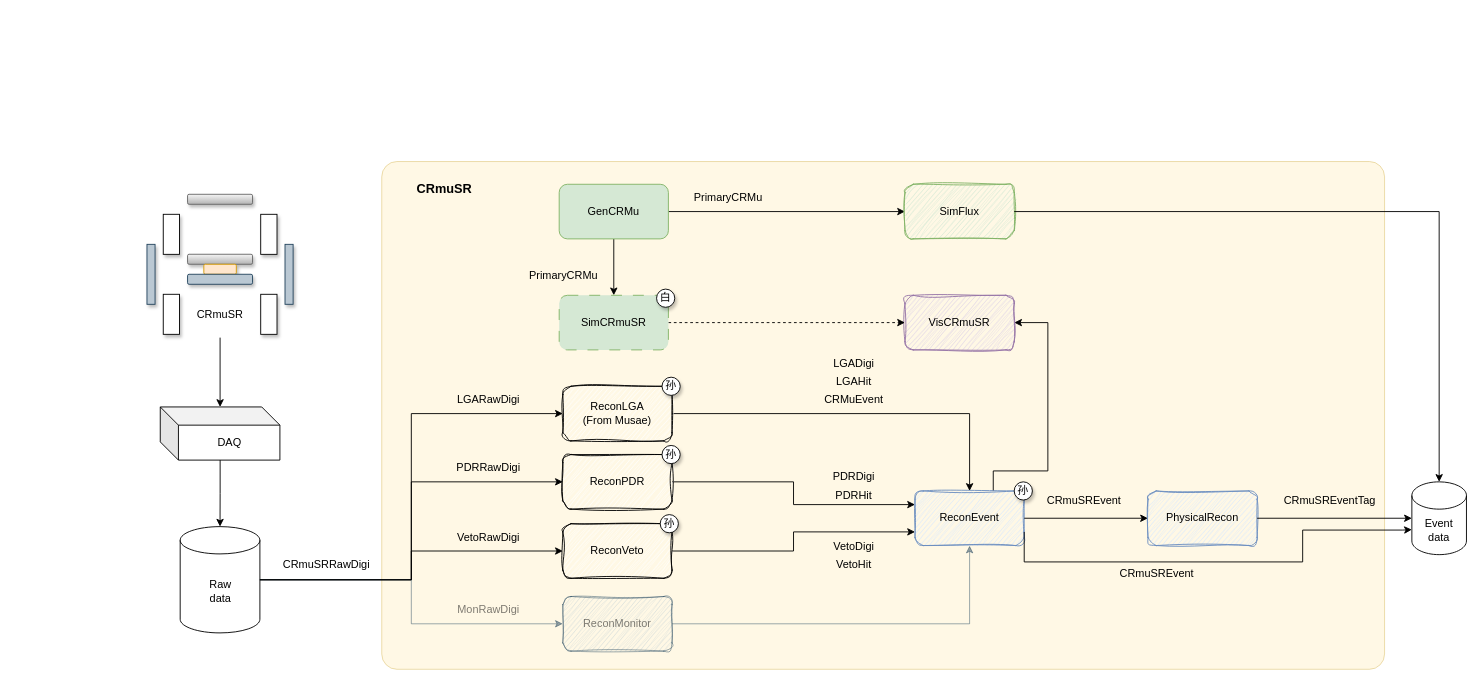
The draw.io diagram CRmuSRRecon.drawio in Lawrence-Sun/diagrams, before the edit. Source tidied: cells renumbered, new cells numbered last; positions are measured from the earlier drawing's top-left corner, leaving out a move shared by most shapes. Both pictures are drawn from the tidied source at 91%, with x=0, y=0 at pixel (147, 161).
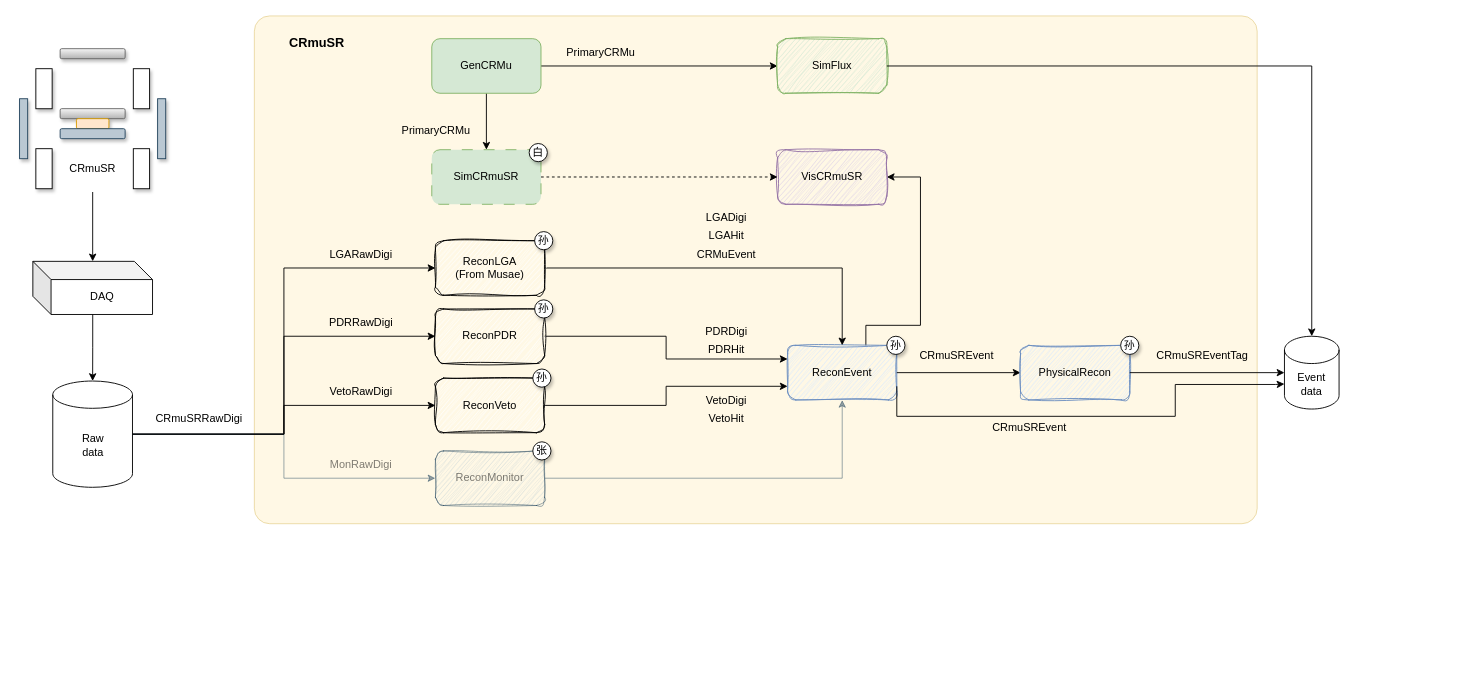
The same page after the edit.

The change refers to these unchanged cells:
```xml
<mxCell id="30" value="Raw&lt;div&gt;data&lt;/div&gt;" style="shape=cylinder3;whiteSpace=wrap;html=1;boundedLbl=1;backgroundOutline=1;size=15;" parent="27" vertex="1">
  <mxGeometry x="36.5" y="365.2" width="87.6" height="116.8" as="geometry" />
</mxCell>
```

The edit, as a diff of the source:
```diff
@@
+    <mxCell id="69" style="group;" parent="1" vertex="1">
+      <mxGeometry x="-140" y="-160" width="1450" height="558" as="geometry" />
+    </mxCell>
-    <mxCell id="2" style="rounded=1;whiteSpace=wrap;html=1;arcSize=3;fillColor=#fff2cc;strokeColor=#d6b656;opacity=50;" parent="1" vertex="1">
+    <mxCell id="2" style="rounded=1;whiteSpace=wrap;html=1;arcSize=3;fillColor=#fff2cc;strokeColor=#d6b656;opacity=50;" parent="69" vertex="1">
       <mxGeometry x="258" width="1102" height="558" as="geometry" />
     </mxCell>
-    <mxCell id="3" style="edgeStyle=orthogonalEdgeStyle;rounded=0;jettySize=auto;html=1;entryX=1;entryY=0.5;entryDx=0;entryDy=0;" parent="1" edge="1" source="4" target="6">
+    <mxCell id="3" style="edgeStyle=orthogonalEdgeStyle;rounded=0;jettySize=auto;html=1;entryX=1;entryY=0.5;entryDx=0;entryDy=0;" parent="69" edge="1" source="4" target="6">
       <mxGeometry relative="1" as="geometry">
         <Array as="points">
           <mxPoint x="930" y="340" />
           <mxPoint x="990" y="340" />
           <mxPoint x="990" y="177" />
         </Array>
       </mxGeometry>
     </mxCell>
-    <mxCell id="4" value="ReconEvent" style="rounded=1;whiteSpace=wrap;html=1;fillColor=#dae8fc;strokeColor=#6c8ebf;sketch=1;curveFitting=1;jiggle=2;" parent="1" vertex="1">
+    <mxCell id="4" value="ReconEvent" style="rounded=1;whiteSpace=wrap;html=1;fillColor=#dae8fc;strokeColor=#6c8ebf;sketch=1;curveFitting=1;jiggle=2;" parent="69" vertex="1">
       <mxGeometry x="844" y="362" width="120" height="60" as="geometry" />
     </mxCell>
-    <mxCell id="5" value="Event&lt;div&gt;data&lt;/div&gt;" style="shape=cylinder3;whiteSpace=wrap;html=1;boundedLbl=1;backgroundOutline=1;size=15;" parent="1" vertex="1">
+    <mxCell id="5" value="Event&lt;div&gt;data&lt;/div&gt;" style="shape=cylinder3;whiteSpace=wrap;html=1;boundedLbl=1;backgroundOutline=1;size=15;" parent="69" vertex="1">
       <mxGeometry x="1390" y="352" width="60" height="80" as="geometry" />
     </mxCell>
-    <mxCell id="6" value="VisCRmuSR" style="rounded=1;whiteSpace=wrap;html=1;fillColor=#e1d5e7;strokeColor=#9673a6;sketch=1;curveFitting=1;jiggle=2;" parent="1" vertex="1">
+    <mxCell id="6" value="VisCRmuSR" style="rounded=1;whiteSpace=wrap;html=1;fillColor=#e1d5e7;strokeColor=#9673a6;sketch=1;curveFitting=1;jiggle=2;" parent="69" vertex="1">
       <mxGeometry x="833" y="147" width="120" height="60" as="geometry" />
     </mxCell>
-    <mxCell id="7" style="edgeStyle=orthogonalEdgeStyle;rounded=0;jettySize=auto;html=1;" parent="1" edge="1" source="9" target="11">
+    <mxCell id="7" style="edgeStyle=orthogonalEdgeStyle;rounded=0;jettySize=auto;html=1;" parent="69" edge="1" source="9" target="11">
       <mxGeometry relative="1" as="geometry" />
     </mxCell>
-    <mxCell id="8" style="edgeStyle=orthogonalEdgeStyle;rounded=0;jettySize=auto;html=1;" parent="1" edge="1" source="9" target="13">
+    <mxCell id="8" style="edgeStyle=orthogonalEdgeStyle;rounded=0;jettySize=auto;html=1;" parent="69" edge="1" source="9" target="13">
       <mxGeometry relative="1" as="geometry" />
     </mxCell>
-    <mxCell id="9" value="GenCRMu" style="rounded=1;whiteSpace=wrap;html=1;fillColor=#d5e8d4;strokeColor=#82b366;" parent="1" vertex="1">
+    <mxCell id="9" value="GenCRMu" style="rounded=1;whiteSpace=wrap;html=1;fillColor=#d5e8d4;strokeColor=#82b366;" parent="69" vertex="1">
       <mxGeometry x="453" y="25" width="120" height="60" as="geometry" />
     </mxCell>
-    <mxCell id="10" style="edgeStyle=orthogonalEdgeStyle;rounded=0;jettySize=auto;html=1;dashed=1;flowAnimation=0;" parent="1" edge="1" source="11" target="6">
+    <mxCell id="10" style="edgeStyle=orthogonalEdgeStyle;rounded=0;jettySize=auto;html=1;dashed=1;flowAnimation=0;" parent="69" edge="1" source="11" target="6">
       <mxGeometry relative="1" as="geometry" />
     </mxCell>
-    <mxCell id="11" value="SimCRmuSR" style="rounded=1;whiteSpace=wrap;html=1;fillColor=#d5e8d4;strokeColor=#82b366;glass=0;dashed=1;dashPattern=12 12;" parent="1" vertex="1">
+    <mxCell id="11" value="SimCRmuSR" style="rounded=1;whiteSpace=wrap;html=1;fillColor=#d5e8d4;strokeColor=#82b366;glass=0;dashed=1;dashPattern=12 12;" parent="69" vertex="1">
       <mxGeometry x="453" y="147" width="120" height="60" as="geometry" />
     </mxCell>
-    <mxCell id="12" value="&lt;b&gt;&lt;font style=&quot;font-size: 14px;&quot;&gt;CRmuSR&lt;/font&gt;&lt;/b&gt;" style="text;html=1;whiteSpace=wrap;strokeColor=none;fillColor=none;align=center;verticalAlign=middle;rounded=0;" parent="1" vertex="1">
+    <mxCell id="12" value="&lt;b&gt;&lt;font style=&quot;font-size: 14px;&quot;&gt;CRmuSR&lt;/font&gt;&lt;/b&gt;" style="text;html=1;whiteSpace=wrap;strokeColor=none;fillColor=none;align=center;verticalAlign=middle;rounded=0;" parent="69" vertex="1">
       <mxGeometry x="297" y="15" width="60" height="30" as="geometry" />
     </mxCell>
-    <mxCell id="13" value="SimFlux" style="rounded=1;whiteSpace=wrap;html=1;fillColor=#d5e8d4;strokeColor=#82b366;sketch=1;curveFitting=1;jiggle=2;" parent="1" vertex="1">
+    <mxCell id="13" value="SimFlux" style="rounded=1;whiteSpace=wrap;html=1;fillColor=#d5e8d4;strokeColor=#82b366;sketch=1;curveFitting=1;jiggle=2;" parent="69" vertex="1">
       <mxGeometry x="833" y="25" width="120" height="60" as="geometry" />
     </mxCell>
-    <mxCell id="14" style="edgeStyle=orthogonalEdgeStyle;rounded=0;jettySize=auto;html=1;entryX=0.5;entryY=0;entryDx=0;entryDy=0;entryPerimeter=0;" parent="1" edge="1" source="13" target="5">
+    <mxCell id="14" style="edgeStyle=orthogonalEdgeStyle;rounded=0;jettySize=auto;html=1;entryX=0.5;entryY=0;entryDx=0;entryDy=0;entryPerimeter=0;" parent="69" edge="1" source="13" target="5">
       <mxGeometry relative="1" as="geometry" />
     </mxCell>
-    <mxCell id="15" value="白" style="ellipse;whiteSpace=wrap;html=1;shadow=1;" parent="1" vertex="1">
+    <mxCell id="15" value="白" style="ellipse;whiteSpace=wrap;html=1;shadow=1;" parent="69" vertex="1">
       <mxGeometry x="560" y="140.2" width="20" height="20" as="geometry" />
     </mxCell>
-    <mxCell id="16" value="PrimaryCRMu" style="text;html=1;whiteSpace=wrap;strokeColor=none;fillColor=none;align=center;verticalAlign=middle;rounded=0;" parent="1" vertex="1">
+    <mxCell id="16" value="PrimaryCRMu" style="text;html=1;whiteSpace=wrap;strokeColor=none;fillColor=none;align=center;verticalAlign=middle;rounded=0;" parent="69" vertex="1">
       <mxGeometry x="594" y="25" width="90" height="30" as="geometry" />
     </mxCell>
-    <mxCell id="17" value="PrimaryCRMu" style="text;html=1;whiteSpace=wrap;strokeColor=none;fillColor=none;align=center;verticalAlign=middle;rounded=0;" parent="1" vertex="1">
+    <mxCell id="17" value="PrimaryCRMu" style="text;html=1;whiteSpace=wrap;strokeColor=none;fillColor=none;align=center;verticalAlign=middle;rounded=0;" parent="69" vertex="1">
       <mxGeometry x="413" y="111" width="90" height="30" as="geometry" />
     </mxCell>
-    <mxCell id="18" value="CRmuSRRawDigi" style="text;html=1;whiteSpace=wrap;strokeColor=none;fillColor=none;align=center;verticalAlign=middle;rounded=0;" parent="1" vertex="1">
+    <mxCell id="18" value="CRmuSRRawDigi" style="text;html=1;whiteSpace=wrap;strokeColor=none;fillColor=none;align=center;verticalAlign=middle;rounded=0;" parent="69" vertex="1">
       <mxGeometry x="148" y="428" width="99" height="30" as="geometry" />
     </mxCell>
-    <mxCell id="19" style="edgeStyle=orthogonalEdgeStyle;rounded=0;jettySize=auto;html=1;entryX=0.5;entryY=0;entryDx=0;entryDy=0;" parent="1" edge="1" source="20" target="4">
+    <mxCell id="19" style="edgeStyle=orthogonalEdgeStyle;rounded=0;jettySize=auto;html=1;entryX=0.5;entryY=0;entryDx=0;entryDy=0;" parent="69" edge="1" source="20" target="4">
       <mxGeometry relative="1" as="geometry" />
     </mxCell>
-    <mxCell id="20" value="ReconLGA&lt;div&gt;(From Musae)&lt;/div&gt;" style="rounded=1;whiteSpace=wrap;html=1;sketch=1;curveFitting=1;jiggle=2;glass=0;shadow=0;fillColor=default;fillStyle=hachure;" parent="1" vertex="1">
+    <mxCell id="20" value="ReconLGA&lt;div&gt;(From Musae)&lt;/div&gt;" style="rounded=1;whiteSpace=wrap;html=1;sketch=1;curveFitting=1;jiggle=2;glass=0;shadow=0;fillColor=default;fillStyle=hachure;" parent="69" vertex="1">
       <mxGeometry x="457" y="247" width="120" height="60" as="geometry" />
     </mxCell>
-    <mxCell id="21" style="edgeStyle=orthogonalEdgeStyle;rounded=0;jettySize=auto;html=1;entryX=0;entryY=0.25;entryDx=0;entryDy=0;" parent="1" edge="1" source="22" target="4">
+    <mxCell id="21" style="edgeStyle=orthogonalEdgeStyle;rounded=0;jettySize=auto;html=1;entryX=0;entryY=0.25;entryDx=0;entryDy=0;" parent="69" edge="1" source="22" target="4">
       <mxGeometry relative="1" as="geometry" />
     </mxCell>
-    <mxCell id="22" value="ReconPDR" style="rounded=1;whiteSpace=wrap;html=1;sketch=1;curveFitting=1;jiggle=2;glass=0;shadow=0;fillColor=default;fillStyle=hachure;" parent="1" vertex="1">
+    <mxCell id="22" value="ReconPDR" style="rounded=1;whiteSpace=wrap;html=1;sketch=1;curveFitting=1;jiggle=2;glass=0;shadow=0;fillColor=default;fillStyle=hachure;" parent="69" vertex="1">
       <mxGeometry x="457" y="322" width="120" height="60" as="geometry" />
     </mxCell>
-    <mxCell id="23" style="edgeStyle=orthogonalEdgeStyle;rounded=0;jettySize=auto;html=1;entryX=0.5;entryY=1;entryDx=0;entryDy=0;fillColor=#bac8d3;strokeColor=#23445d;opacity=50;textOpacity=50;" parent="1" edge="1" source="24" target="4">
+    <mxCell id="23" style="edgeStyle=orthogonalEdgeStyle;rounded=0;jettySize=auto;html=1;entryX=0.5;entryY=1;entryDx=0;entryDy=0;fillColor=#bac8d3;strokeColor=#23445d;opacity=50;textOpacity=50;" parent="69" edge="1" source="24" target="4">
       <mxGeometry relative="1" as="geometry" />
     </mxCell>
-    <mxCell id="24" value="ReconMonitor" style="rounded=1;whiteSpace=wrap;html=1;sketch=1;curveFitting=1;jiggle=2;glass=0;shadow=0;fillColor=#bac8d3;fillStyle=hachure;strokeColor=#23445d;opacity=50;textOpacity=50;" parent="1" vertex="1">
+    <mxCell id="24" value="ReconMonitor" style="rounded=1;whiteSpace=wrap;html=1;sketch=1;curveFitting=1;jiggle=2;glass=0;shadow=0;fillColor=#bac8d3;fillStyle=hachure;strokeColor=#23445d;opacity=50;textOpacity=50;" parent="69" vertex="1">
       <mxGeometry x="457" y="478" width="120" height="60" as="geometry" />
     </mxCell>
-    <mxCell id="25" style="edgeStyle=orthogonalEdgeStyle;rounded=0;jettySize=auto;html=1;entryX=0;entryY=0.75;entryDx=0;entryDy=0;" parent="1" edge="1" source="26" target="4">
+    <mxCell id="25" style="edgeStyle=orthogonalEdgeStyle;rounded=0;jettySize=auto;html=1;entryX=0;entryY=0.75;entryDx=0;entryDy=0;" parent="69" edge="1" source="26" target="4">
       <mxGeometry relative="1" as="geometry" />
     </mxCell>
-    <mxCell id="26" value="ReconVeto" style="rounded=1;whiteSpace=wrap;html=1;sketch=1;curveFitting=1;jiggle=2;glass=0;shadow=0;fillColor=default;fillStyle=hachure;" parent="1" vertex="1">
+    <mxCell id="26" value="ReconVeto" style="rounded=1;whiteSpace=wrap;html=1;sketch=1;curveFitting=1;jiggle=2;glass=0;shadow=0;fillColor=default;fillStyle=hachure;" parent="69" vertex="1">
       <mxGeometry x="457" y="398" width="120" height="60" as="geometry" />
     </mxCell>
-    <mxCell id="27" style="group;" parent="1" vertex="1">
+    <mxCell id="27" style="group;" parent="69" vertex="1">
       <mxGeometry y="36" width="160.7" height="482" as="geometry" />
     </mxCell>
@@
-    <mxCell id="43" style="edgeStyle=orthogonalEdgeStyle;rounded=0;jettySize=auto;html=1;exitX=1;exitY=0.5;exitDx=0;exitDy=0;exitPerimeter=0;entryX=0;entryY=0.5;entryDx=0;entryDy=0;" parent="1" edge="1" source="30" target="20">
+    <mxCell id="43" style="edgeStyle=orthogonalEdgeStyle;rounded=0;jettySize=auto;html=1;exitX=1;exitY=0.5;exitDx=0;exitDy=0;exitPerimeter=0;entryX=0;entryY=0.5;entryDx=0;entryDy=0;" parent="69" edge="1" source="30" target="20">
       <mxGeometry relative="1" as="geometry" />
     </mxCell>
-    <mxCell id="44" style="edgeStyle=orthogonalEdgeStyle;rounded=0;jettySize=auto;html=1;entryX=0;entryY=0.5;entryDx=0;entryDy=0;" parent="1" edge="1" source="30" target="22">
+    <mxCell id="44" style="edgeStyle=orthogonalEdgeStyle;rounded=0;jettySize=auto;html=1;entryX=0;entryY=0.5;entryDx=0;entryDy=0;" parent="69" edge="1" source="30" target="22">
       <mxGeometry relative="1" as="geometry" />
     </mxCell>
-    <mxCell id="45" style="edgeStyle=orthogonalEdgeStyle;rounded=0;jettySize=auto;html=1;entryX=0;entryY=0.5;entryDx=0;entryDy=0;fillColor=#bac8d3;strokeColor=#23445d;opacity=50;textOpacity=50;" parent="1" edge="1" source="30" target="24">
+    <mxCell id="45" style="edgeStyle=orthogonalEdgeStyle;rounded=0;jettySize=auto;html=1;entryX=0;entryY=0.5;entryDx=0;entryDy=0;fillColor=#bac8d3;strokeColor=#23445d;opacity=50;textOpacity=50;" parent="69" edge="1" source="30" target="24">
       <mxGeometry relative="1" as="geometry" />
     </mxCell>
-    <mxCell id="46" style="edgeStyle=orthogonalEdgeStyle;rounded=0;jettySize=auto;html=1;entryX=0;entryY=0.5;entryDx=0;entryDy=0;" parent="1" edge="1" source="30" target="26">
+    <mxCell id="46" style="edgeStyle=orthogonalEdgeStyle;rounded=0;jettySize=auto;html=1;entryX=0;entryY=0.5;entryDx=0;entryDy=0;" parent="69" edge="1" source="30" target="26">
       <mxGeometry relative="1" as="geometry" />
     </mxCell>
-    <mxCell id="47" value="LGADigi" style="text;html=1;whiteSpace=wrap;strokeColor=none;fillColor=none;align=center;verticalAlign=middle;rounded=0;" parent="1" vertex="1">
+    <mxCell id="47" value="LGADigi" style="text;html=1;whiteSpace=wrap;strokeColor=none;fillColor=none;align=center;verticalAlign=middle;rounded=0;" parent="69" vertex="1">
       <mxGeometry x="747" y="207" width="60" height="30" as="geometry" />
     </mxCell>
-    <mxCell id="48" value="LGAHit" style="text;html=1;whiteSpace=wrap;strokeColor=none;fillColor=none;align=center;verticalAlign=middle;rounded=0;fontColor=light-dark(#000000,#FF8000);" parent="1" vertex="1">
+    <mxCell id="48" value="LGAHit" style="text;html=1;whiteSpace=wrap;strokeColor=none;fillColor=none;align=center;verticalAlign=middle;rounded=0;fontColor=light-dark(#000000,#FF8000);" parent="69" vertex="1">
       <mxGeometry x="747" y="227" width="60" height="30" as="geometry" />
     </mxCell>
-    <mxCell id="49" value="CRMuEvent" style="text;html=1;whiteSpace=wrap;strokeColor=none;fillColor=none;align=center;verticalAlign=middle;rounded=0;fontColor=light-dark(#000000,#FF8000);" parent="1" vertex="1">
+    <mxCell id="49" value="CRMuEvent" style="text;html=1;whiteSpace=wrap;strokeColor=none;fillColor=none;align=center;verticalAlign=middle;rounded=0;fontColor=light-dark(#000000,#FF8000);" parent="69" vertex="1">
       <mxGeometry x="747" y="247" width="60" height="30" as="geometry" />
     </mxCell>
-    <mxCell id="50" value="LGARawDigi" style="text;html=1;whiteSpace=wrap;strokeColor=none;fillColor=none;align=center;verticalAlign=middle;rounded=0;" parent="1" vertex="1">
+    <mxCell id="50" value="LGARawDigi" style="text;html=1;whiteSpace=wrap;strokeColor=none;fillColor=none;align=center;verticalAlign=middle;rounded=0;" parent="69" vertex="1">
       <mxGeometry x="326" y="247" width="99" height="30" as="geometry" />
     </mxCell>
+    <mxCell id="70" value="张" style="ellipse;whiteSpace=wrap;html=1;shadow=1;" parent="69" vertex="1">
+      <mxGeometry x="564" y="468" width="20" height="20" as="geometry" />
+    </mxCell>
-    <mxCell id="51" value="孙" style="ellipse;whiteSpace=wrap;html=1;shadow=1;" parent="1" vertex="1">
+    <mxCell id="51" value="孙" style="ellipse;whiteSpace=wrap;html=1;shadow=1;" parent="69" vertex="1">
       <mxGeometry x="953" y="352" width="20" height="20" as="geometry" />
     </mxCell>
-    <mxCell id="52" value="孙" style="ellipse;whiteSpace=wrap;html=1;shadow=1;" parent="1" vertex="1">
+    <mxCell id="52" value="孙" style="ellipse;whiteSpace=wrap;html=1;shadow=1;" parent="69" vertex="1">
       <mxGeometry x="566" y="312" width="20" height="20" as="geometry" />
     </mxCell>
-    <mxCell id="53" value="PDRDigi" style="text;html=1;whiteSpace=wrap;strokeColor=none;fillColor=none;align=center;verticalAlign=middle;rounded=0;" parent="1" vertex="1">
+    <mxCell id="53" value="PDRDigi" style="text;html=1;whiteSpace=wrap;strokeColor=none;fillColor=none;align=center;verticalAlign=middle;rounded=0;" parent="69" vertex="1">
       <mxGeometry x="747" y="332" width="60" height="30" as="geometry" />
     </mxCell>
-    <mxCell id="54" value="PDRHit" style="text;html=1;whiteSpace=wrap;strokeColor=none;fillColor=none;align=center;verticalAlign=middle;rounded=0;fontColor=light-dark(#000000,#FF8000);" parent="1" vertex="1">
+    <mxCell id="54" value="PDRHit" style="text;html=1;whiteSpace=wrap;strokeColor=none;fillColor=none;align=center;verticalAlign=middle;rounded=0;fontColor=light-dark(#000000,#FF8000);" parent="69" vertex="1">
       <mxGeometry x="747" y="352" width="60" height="30" as="geometry" />
     </mxCell>
-    <mxCell id="55" value="孙" style="ellipse;whiteSpace=wrap;html=1;shadow=1;" parent="1" vertex="1">
+    <mxCell id="55" value="孙" style="ellipse;whiteSpace=wrap;html=1;shadow=1;" parent="69" vertex="1">
       <mxGeometry x="564" y="388" width="20" height="20" as="geometry" />
     </mxCell>
-    <mxCell id="56" value="VetoDigi" style="text;html=1;whiteSpace=wrap;strokeColor=none;fillColor=none;align=center;verticalAlign=middle;rounded=0;" parent="1" vertex="1">
+    <mxCell id="56" value="VetoDigi" style="text;html=1;whiteSpace=wrap;strokeColor=none;fillColor=none;align=center;verticalAlign=middle;rounded=0;" parent="69" vertex="1">
       <mxGeometry x="747" y="408" width="60" height="30" as="geometry" />
     </mxCell>
-    <mxCell id="57" value="VetoHit" style="text;html=1;whiteSpace=wrap;strokeColor=none;fillColor=none;align=center;verticalAlign=middle;rounded=0;fontColor=light-dark(#000000,#FF8000);" parent="1" vertex="1">
+    <mxCell id="57" value="VetoHit" style="text;html=1;whiteSpace=wrap;strokeColor=none;fillColor=none;align=center;verticalAlign=middle;rounded=0;fontColor=light-dark(#000000,#FF8000);" parent="69" vertex="1">
       <mxGeometry x="747" y="428" width="60" height="30" as="geometry" />
     </mxCell>
-    <mxCell id="58" style="edgeStyle=orthogonalEdgeStyle;rounded=0;jettySize=auto;html=1;" parent="1" edge="1" source="4" target="64">
+    <mxCell id="58" style="edgeStyle=orthogonalEdgeStyle;rounded=0;jettySize=auto;html=1;" parent="69" edge="1" source="4" target="64">
       <mxGeometry relative="1" as="geometry" />
     </mxCell>
-    <mxCell id="59" value="PDRRawDigi" style="text;html=1;whiteSpace=wrap;strokeColor=none;fillColor=none;align=center;verticalAlign=middle;rounded=0;" parent="1" vertex="1">
+    <mxCell id="59" value="PDRRawDigi" style="text;html=1;whiteSpace=wrap;strokeColor=none;fillColor=none;align=center;verticalAlign=middle;rounded=0;" parent="69" vertex="1">
       <mxGeometry x="326" y="322" width="99" height="30" as="geometry" />
     </mxCell>
-    <mxCell id="60" value="MonRawDigi" style="text;html=1;whiteSpace=wrap;align=center;verticalAlign=middle;rounded=0;opacity=50;textOpacity=50;" parent="1" vertex="1">
+    <mxCell id="60" value="MonRawDigi" style="text;html=1;whiteSpace=wrap;align=center;verticalAlign=middle;rounded=0;opacity=50;textOpacity=50;" parent="69" vertex="1">
       <mxGeometry x="326" y="478" width="99" height="30" as="geometry" />
     </mxCell>
-    <mxCell id="61" value="VetoRawDigi" style="text;html=1;whiteSpace=wrap;strokeColor=none;fillColor=none;align=center;verticalAlign=middle;rounded=0;" parent="1" vertex="1">
+    <mxCell id="61" value="VetoRawDigi" style="text;html=1;whiteSpace=wrap;strokeColor=none;fillColor=none;align=center;verticalAlign=middle;rounded=0;" parent="69" vertex="1">
       <mxGeometry x="326" y="398" width="99" height="30" as="geometry" />
     </mxCell>
-    <mxCell id="62" value="孙" style="ellipse;whiteSpace=wrap;html=1;shadow=1;" parent="1" vertex="1">
+    <mxCell id="62" value="孙" style="ellipse;whiteSpace=wrap;html=1;shadow=1;" parent="69" vertex="1">
       <mxGeometry x="566" y="237" width="20" height="20" as="geometry" />
     </mxCell>
-    <mxCell id="63" value="CRmuSREvent" style="text;html=1;whiteSpace=wrap;strokeColor=none;fillColor=none;align=center;verticalAlign=middle;rounded=0;" parent="1" vertex="1">
+    <mxCell id="63" value="CRmuSREvent" style="text;html=1;whiteSpace=wrap;strokeColor=none;fillColor=none;align=center;verticalAlign=middle;rounded=0;" parent="69" vertex="1">
       <mxGeometry x="1000" y="358" width="60" height="30" as="geometry" />
     </mxCell>
-    <mxCell id="64" value="PhysicalRecon" style="rounded=1;whiteSpace=wrap;html=1;fillColor=#dae8fc;strokeColor=#6c8ebf;sketch=1;curveFitting=1;jiggle=2;" parent="1" vertex="1">
+    <mxCell id="64" value="PhysicalRecon" style="rounded=1;whiteSpace=wrap;html=1;fillColor=#dae8fc;strokeColor=#6c8ebf;sketch=1;curveFitting=1;jiggle=2;" parent="69" vertex="1">
       <mxGeometry x="1100" y="362" width="120" height="60" as="geometry" />
     </mxCell>
-    <mxCell id="65" style="edgeStyle=orthogonalEdgeStyle;rounded=0;jettySize=auto;html=1;exitX=1;exitY=0.75;exitDx=0;exitDy=0;entryX=0;entryY=0;entryDx=0;entryDy=52.5;entryPerimeter=0;" parent="1" edge="1" source="4" target="5">
+    <mxCell id="65" style="edgeStyle=orthogonalEdgeStyle;rounded=0;jettySize=auto;html=1;exitX=1;exitY=0.75;exitDx=0;exitDy=0;entryX=0;entryY=0;entryDx=0;entryDy=52.5;entryPerimeter=0;" parent="69" edge="1" source="4" target="5">
       <mxGeometry relative="1" as="geometry">
         <Array as="points">
           <mxPoint x="964" y="440" />
           <mxPoint x="1270" y="440" />
           <mxPoint x="1270" y="405" />
           <mxPoint x="1380" y="405" />
         </Array>
       </mxGeometry>
     </mxCell>
-    <mxCell id="66" style="edgeStyle=orthogonalEdgeStyle;rounded=0;jettySize=auto;html=1;exitX=1;exitY=0.5;exitDx=0;exitDy=0;entryX=0;entryY=0.5;entryDx=0;entryDy=0;entryPerimeter=0;" parent="1" edge="1" source="64" target="5">
+    <mxCell id="66" style="edgeStyle=orthogonalEdgeStyle;rounded=0;jettySize=auto;html=1;exitX=1;exitY=0.5;exitDx=0;exitDy=0;entryX=0;entryY=0.5;entryDx=0;entryDy=0;entryPerimeter=0;" parent="69" edge="1" source="64" target="5">
       <mxGeometry relative="1" as="geometry" />
     </mxCell>
-    <mxCell id="67" value="CRmuSREvent" style="text;html=1;whiteSpace=wrap;strokeColor=none;fillColor=none;align=center;verticalAlign=middle;rounded=0;" parent="1" vertex="1">
+    <mxCell id="67" value="CRmuSREvent" style="text;html=1;whiteSpace=wrap;strokeColor=none;fillColor=none;align=center;verticalAlign=middle;rounded=0;" parent="69" vertex="1">
       <mxGeometry x="1080" y="438" width="60" height="30" as="geometry" />
     </mxCell>
-    <mxCell id="68" value="CRmuSREventTag" style="text;html=1;whiteSpace=wrap;strokeColor=none;fillColor=none;align=center;verticalAlign=middle;rounded=0;" parent="1" vertex="1">
+    <mxCell id="68" value="CRmuSREventTag" style="text;html=1;whiteSpace=wrap;strokeColor=none;fillColor=none;align=center;verticalAlign=middle;rounded=0;" parent="69" vertex="1">
       <mxGeometry x="1270" y="358" width="60" height="30" as="geometry" />
     </mxCell>
+    <mxCell id="71" value="孙" style="ellipse;whiteSpace=wrap;html=1;shadow=1;" parent="69" vertex="1">
+      <mxGeometry x="1210" y="352" width="20" height="20" as="geometry" />
+    </mxCell>
```
